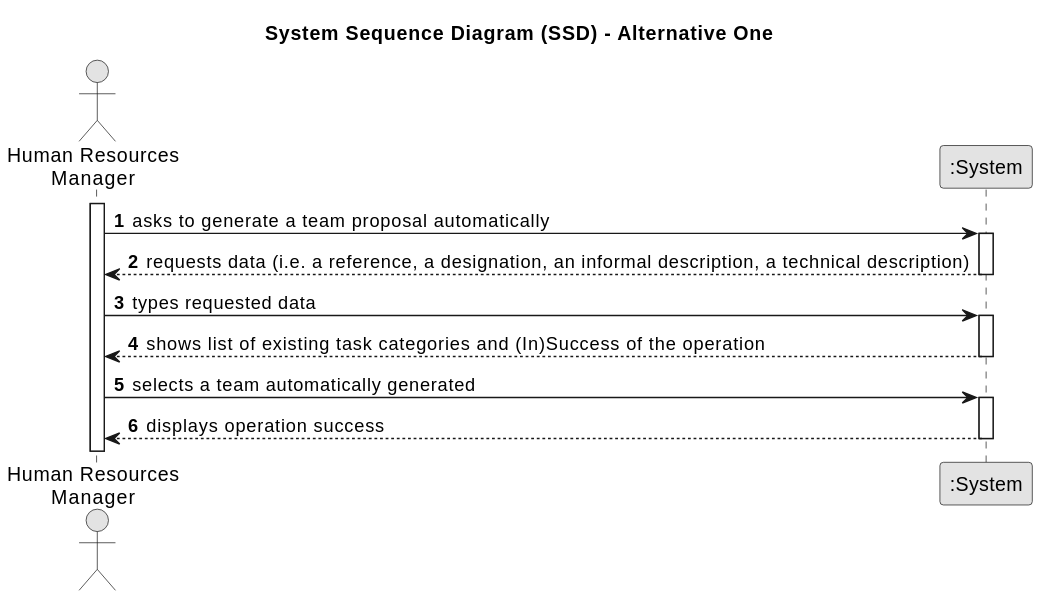
This is docs/sprintB/us005/01.requirements-engineering/svg/us005-system-sequence-diagram-alternative-one.svg from Departamento-de-Engenharia-Informatica/lei-24-s2-1dl-g121, a PlantUML export, as it was before one commit. Source of this version:
```plantuml
@startuml
skinparam monochrome true
skinparam packageStyle rectangle
skinparam shadowing false

title System Sequence Diagram (SSD) - Alternative One

autonumber

actor "Human Resources\nManager" as Employee
participant ":System" as System

activate Employee

    Employee -> System : asks to generate a team proposal automatically
    activate System

        System --> Employee : requests data (i.e. a reference, a designation, an informal description, a technical description)
    deactivate System

    Employee -> System : types requested data
    activate System

        System --> Employee : shows list of existing task categories and (In)Success of the operation
    deactivate System

    Employee -> System : selects a team automatically generated
    activate System

        System --> Employee : displays operation success
    deactivate System
@enduml
```
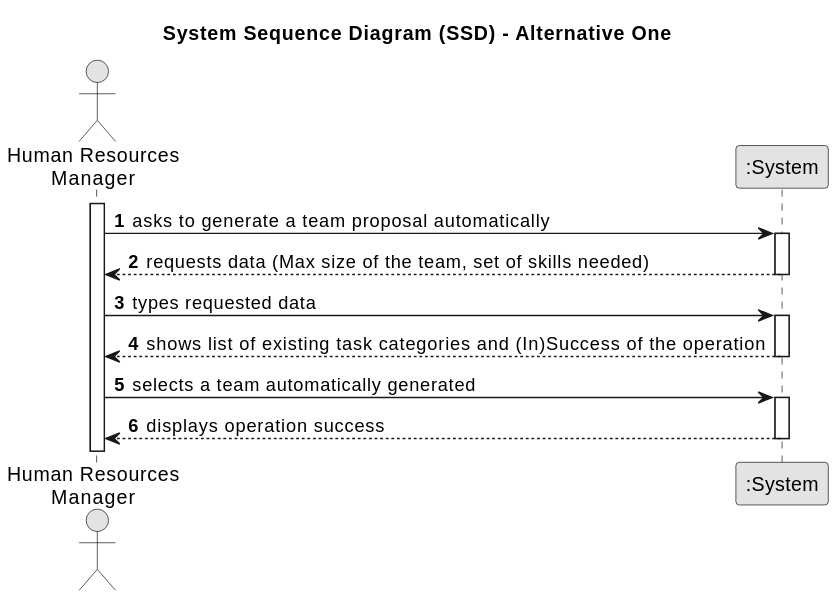
The same diagram one commit later.

Diff of the diagram source:
```diff
@@ -15,7 +15,7 @@
     Employee -> System : asks to generate a team proposal automatically
     activate System
 
-        System --> Employee : requests data (i.e. a reference, a designation, an informal description, a technical description)
+        System --> Employee : requests data (Max size of the team, set of skills needed)
     deactivate System
 
     Employee -> System : types requested data
```
